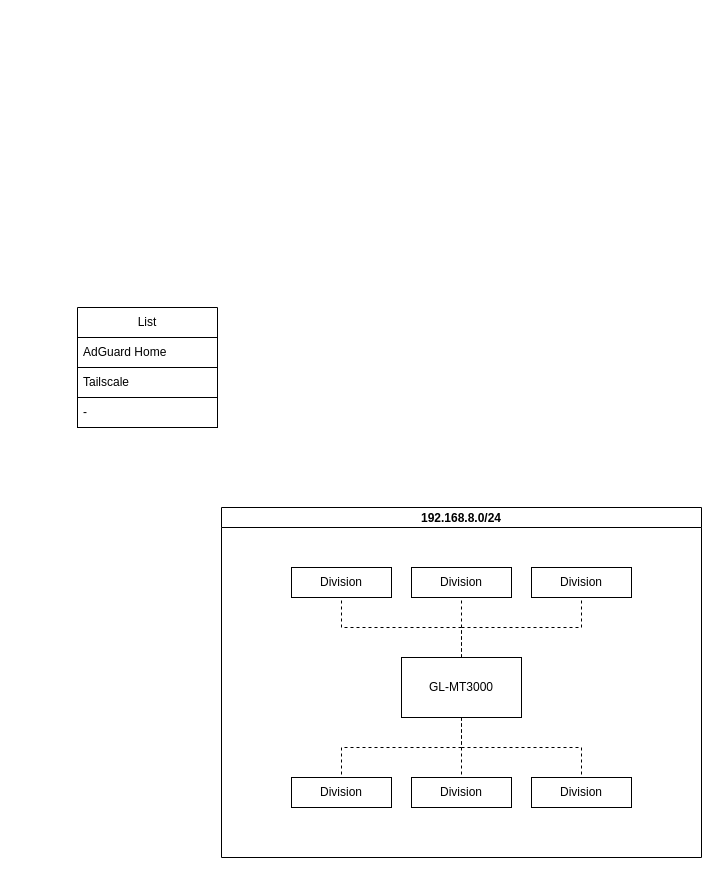
Earlier version of the draw.io diagram ネットワーク構成図/名称未設定ファイル.drawio (virtualitypage/draw.io). Source tidied: cells renumbered, new cells numbered last; positions are measured from the earlier drawing's top-left corner, leaving out a move shared by most shapes. Both pictures are drawn from the tidied source at 100%, with x=0, y=0 at pixel (77, 307).
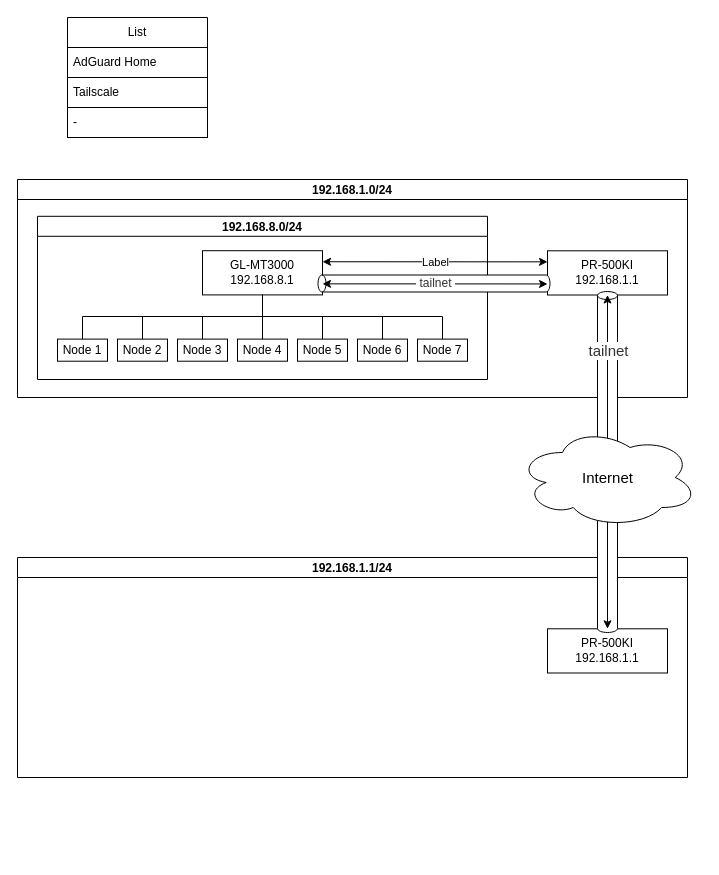
Above is the later version.

Commit message:
名称未設定ファイル.drawio を更新

Diff of the diagram source:
```diff
@@
+    <mxCell id="17" value="List" style="swimlane;fontStyle=0;horizontal=1;startSize=30;whiteSpace=wrap;html=1;swimlaneFillColor=none;fillColor=#FFFFFF;" parent="1" vertex="1">
+      <mxGeometry x="-10" y="-290" width="140" height="120" as="geometry" />
+    </mxCell>
+    <mxCell id="18" value="AdGuard Home" style="text;strokeColor=default;fillColor=default;align=left;verticalAlign=middle;spacingLeft=4;spacingRight=4;overflow=hidden;whiteSpace=wrap;html=1;" parent="17" vertex="1">
+      <mxGeometry y="30" width="140" height="30" as="geometry" />
+    </mxCell>
+    <mxCell id="19" value="Tailscale" style="text;strokeColor=default;fillColor=default;align=left;verticalAlign=middle;spacingLeft=4;spacingRight=4;overflow=hidden;whiteSpace=wrap;html=1;" parent="17" vertex="1">
+      <mxGeometry y="60" width="140" height="30" as="geometry" />
+    </mxCell>
+    <mxCell id="20" value="-" style="text;strokeColor=default;fillColor=default;align=left;verticalAlign=middle;spacingLeft=4;spacingRight=4;overflow=hidden;whiteSpace=wrap;html=1;" parent="17" vertex="1">
+      <mxGeometry y="90" width="140" height="30" as="geometry" />
+    </mxCell>
+    <mxCell id="21" value="192.168.1.1/24" style="swimlane;startSize=20;horizontal=1;containerType=tree;newEdgeStyle={&quot;edgeStyle&quot;:&quot;elbowEdgeStyle&quot;,&quot;startArrow&quot;:&quot;none&quot;,&quot;endArrow&quot;:&quot;none&quot;};fillColor=default;fillStyle=auto;" parent="1" vertex="1">
+      <mxGeometry x="-60" y="250" width="670" height="220" as="geometry" />
+    </mxCell>
+    <mxCell id="22" value="PR-500KI&lt;div&gt;192.168.1.1&lt;/div&gt;" style="whiteSpace=wrap;html=1;align=center;newEdgeStyle={&quot;edgeStyle&quot;:&quot;elbowEdgeStyle&quot;,&quot;startArrow&quot;:&quot;none&quot;,&quot;endArrow&quot;:&quot;none&quot;};verticalAlign=middle;" parent="21" vertex="1">
+      <mxGeometry x="530" y="71.3" width="120" height="44.2" as="geometry" />
+    </mxCell>
     <mxCell id="2" value="192.168.8.0/24" style="swimlane;startSize=20;horizontal=1;containerType=tree;newEdgeStyle={&quot;edgeStyle&quot;:&quot;elbowEdgeStyle&quot;,&quot;startArrow&quot;:&quot;none&quot;,&quot;endArrow&quot;:&quot;none&quot;};fillColor=default;fillStyle=auto;" parent="1" vertex="1">
-      <mxGeometry x="144" y="200" width="480" height="350" as="geometry" />
+      <mxGeometry x="-40" y="-91.2" width="450" height="163.2" as="geometry" />
     </mxCell>
-    <mxCell id="3" style="edgeStyle=elbowEdgeStyle;elbow=vertical;sourcePerimeterSpacing=0;targetPerimeterSpacing=0;startArrow=none;endArrow=none;rounded=0;curved=0;dashed=1;" parent="2" edge="1" source="5" target="15">
+    <mxCell id="3" style="edgeStyle=elbowEdgeStyle;elbow=vertical;sourcePerimeterSpacing=0;targetPerimeterSpacing=0;startArrow=none;endArrow=none;rounded=0;curved=0;" parent="2" edge="1" source="5" target="15">
       <mxGeometry relative="1" as="geometry" />
     </mxCell>
-    <mxCell id="4" style="edgeStyle=elbowEdgeStyle;elbow=vertical;sourcePerimeterSpacing=0;targetPerimeterSpacing=0;startArrow=none;endArrow=none;rounded=0;curved=0;dashed=1;" parent="2" edge="1" source="5" target="9">
-      <mxGeometry relative="1" as="geometry" />
-    </mxCell>
-    <mxCell id="5" value="GL-MT3000" style="whiteSpace=wrap;html=1;align=center;newEdgeStyle={&quot;edgeStyle&quot;:&quot;elbowEdgeStyle&quot;,&quot;startArrow&quot;:&quot;none&quot;,&quot;endArrow&quot;:&quot;none&quot;};" parent="2" vertex="1">
-      <mxGeometry x="180" y="150" width="120" height="60" as="geometry" />
+    <mxCell id="5" value="GL-MT3000&lt;div&gt;192.168.8.1&lt;/div&gt;" style="whiteSpace=wrap;html=1;align=center;newEdgeStyle={&quot;edgeStyle&quot;:&quot;elbowEdgeStyle&quot;,&quot;startArrow&quot;:&quot;none&quot;,&quot;endArrow&quot;:&quot;none&quot;};verticalAlign=middle;" parent="2" vertex="1">
+      <mxGeometry x="165" y="34.4" width="120" height="44.2" as="geometry" />
     </mxCell>
-    <mxCell id="6" value="Division" style="whiteSpace=wrap;html=1;align=center;verticalAlign=middle;newEdgeStyle={&quot;edgeStyle&quot;:&quot;elbowEdgeStyle&quot;,&quot;startArrow&quot;:&quot;none&quot;,&quot;endArrow&quot;:&quot;none&quot;};" parent="2" vertex="1">
-      <mxGeometry x="70" y="60" width="100" height="30" as="geometry" />
+    <mxCell id="6" value="Node 4" style="whiteSpace=wrap;html=1;align=center;verticalAlign=middle;newEdgeStyle={&quot;edgeStyle&quot;:&quot;elbowEdgeStyle&quot;,&quot;startArrow&quot;:&quot;none&quot;,&quot;endArrow&quot;:&quot;none&quot;};" parent="2" vertex="1">
+      <mxGeometry x="200" y="122.8" width="50" height="22.1" as="geometry" />
     </mxCell>
-    <mxCell id="7" value="Division" style="whiteSpace=wrap;html=1;align=center;verticalAlign=middle;newEdgeStyle={&quot;edgeStyle&quot;:&quot;elbowEdgeStyle&quot;,&quot;startArrow&quot;:&quot;none&quot;,&quot;endArrow&quot;:&quot;none&quot;};" parent="2" vertex="1">
-      <mxGeometry x="310" y="60" width="100" height="30" as="geometry" />
+    <mxCell id="7" value="Node 6" style="whiteSpace=wrap;html=1;align=center;verticalAlign=middle;newEdgeStyle={&quot;edgeStyle&quot;:&quot;elbowEdgeStyle&quot;,&quot;startArrow&quot;:&quot;none&quot;,&quot;endArrow&quot;:&quot;none&quot;};" parent="2" vertex="1">
+      <mxGeometry x="320" y="122.8" width="50" height="22.1" as="geometry" />
     </mxCell>
-    <mxCell id="8" style="edgeStyle=elbowEdgeStyle;elbow=vertical;sourcePerimeterSpacing=0;targetPerimeterSpacing=0;startArrow=none;endArrow=none;rounded=0;curved=0;exitX=0.5;exitY=1;exitDx=0;exitDy=0;dashed=1;" parent="2" edge="1" source="5" target="12">
+    <mxCell id="8" style="edgeStyle=elbowEdgeStyle;elbow=vertical;sourcePerimeterSpacing=0;targetPerimeterSpacing=0;startArrow=none;endArrow=none;rounded=0;curved=0;exitX=0.5;exitY=1;exitDx=0;exitDy=0;" parent="2" edge="1" source="5" target="12">
       <mxGeometry relative="1" as="geometry" />
     </mxCell>
-    <mxCell id="9" value="Division" style="whiteSpace=wrap;html=1;align=center;verticalAlign=middle;newEdgeStyle={&quot;edgeStyle&quot;:&quot;elbowEdgeStyle&quot;,&quot;startArrow&quot;:&quot;none&quot;,&quot;endArrow&quot;:&quot;none&quot;};" parent="2" vertex="1">
-      <mxGeometry x="190" y="270" width="100" height="30" as="geometry" />
-    </mxCell>
@@
-    <mxCell id="11" style="edgeStyle=elbowEdgeStyle;elbow=vertical;sourcePerimeterSpacing=0;targetPerimeterSpacing=0;startArrow=none;endArrow=none;rounded=0;curved=0;exitX=0.5;exitY=0;exitDx=0;exitDy=0;dashed=1;" parent="2" edge="1" source="5" target="7">
+    <mxCell id="11" style="edgeStyle=elbowEdgeStyle;elbow=vertical;sourcePerimeterSpacing=0;targetPerimeterSpacing=0;startArrow=none;endArrow=none;rounded=0;curved=0;exitX=0.5;exitY=1;exitDx=0;exitDy=0;" parent="2" edge="1" source="5" target="7">
       <mxGeometry relative="1" as="geometry" />
     </mxCell>
-    <mxCell id="12" value="Division" style="whiteSpace=wrap;html=1;align=center;verticalAlign=middle;newEdgeStyle={&quot;edgeStyle&quot;:&quot;elbowEdgeStyle&quot;,&quot;startArrow&quot;:&quot;none&quot;,&quot;endArrow&quot;:&quot;none&quot;};" parent="2" vertex="1">
-      <mxGeometry x="310" y="270" width="100" height="30" as="geometry" />
+    <mxCell id="12" value="Node 3" style="whiteSpace=wrap;html=1;align=center;verticalAlign=middle;newEdgeStyle={&quot;edgeStyle&quot;:&quot;elbowEdgeStyle&quot;,&quot;startArrow&quot;:&quot;none&quot;,&quot;endArrow&quot;:&quot;none&quot;};" parent="2" vertex="1">
+      <mxGeometry x="140" y="122.8" width="50" height="22.1" as="geometry" />
     </mxCell>
-    <mxCell id="13" value="Division" style="whiteSpace=wrap;html=1;align=center;verticalAlign=middle;newEdgeStyle={&quot;edgeStyle&quot;:&quot;elbowEdgeStyle&quot;,&quot;startArrow&quot;:&quot;none&quot;,&quot;endArrow&quot;:&quot;none&quot;};" parent="2" vertex="1">
-      <mxGeometry x="190" y="60" width="100" height="30" as="geometry" />
+    <mxCell id="13" value="Node 5" style="whiteSpace=wrap;html=1;align=center;verticalAlign=middle;newEdgeStyle={&quot;edgeStyle&quot;:&quot;elbowEdgeStyle&quot;,&quot;startArrow&quot;:&quot;none&quot;,&quot;endArrow&quot;:&quot;none&quot;};" parent="2" vertex="1">
+      <mxGeometry x="260" y="122.8" width="50" height="22.1" as="geometry" />
     </mxCell>
-    <mxCell id="14" style="edgeStyle=elbowEdgeStyle;elbow=vertical;sourcePerimeterSpacing=0;targetPerimeterSpacing=0;startArrow=none;endArrow=none;rounded=0;curved=0;dashed=1;exitX=0.5;exitY=0;exitDx=0;exitDy=0;" parent="2" edge="1" source="5" target="6">
+    <mxCell id="14" style="edgeStyle=elbowEdgeStyle;elbow=vertical;sourcePerimeterSpacing=0;targetPerimeterSpacing=0;startArrow=none;endArrow=none;rounded=0;curved=0;exitX=0.5;exitY=1;exitDx=0;exitDy=0;" parent="2" edge="1" source="5" target="6">
       <mxGeometry relative="1" as="geometry" />
     </mxCell>
-    <mxCell id="15" value="Division" style="whiteSpace=wrap;html=1;align=center;verticalAlign=middle;newEdgeStyle={&quot;edgeStyle&quot;:&quot;elbowEdgeStyle&quot;,&quot;startArrow&quot;:&quot;none&quot;,&quot;endArrow&quot;:&quot;none&quot;};" parent="2" vertex="1">
-      <mxGeometry x="70" y="270" width="100" height="30" as="geometry" />
+    <mxCell id="15" value="Node 1" style="whiteSpace=wrap;html=1;align=center;verticalAlign=middle;newEdgeStyle={&quot;edgeStyle&quot;:&quot;elbowEdgeStyle&quot;,&quot;startArrow&quot;:&quot;none&quot;,&quot;endArrow&quot;:&quot;none&quot;};" parent="2" vertex="1">
+      <mxGeometry x="20" y="122.8" width="50" height="22.1" as="geometry" />
     </mxCell>
-    <mxCell id="16" style="edgeStyle=elbowEdgeStyle;elbow=vertical;sourcePerimeterSpacing=0;targetPerimeterSpacing=0;startArrow=none;endArrow=none;rounded=0;curved=0;dashed=1;exitX=0.5;exitY=0;exitDx=0;exitDy=0;" parent="2" edge="1" source="5" target="13">
+    <mxCell id="16" style="edgeStyle=elbowEdgeStyle;elbow=vertical;sourcePerimeterSpacing=0;targetPerimeterSpacing=0;startArrow=none;endArrow=none;rounded=0;curved=0;exitX=0.5;exitY=1;exitDx=0;exitDy=0;" parent="2" edge="1" source="5" target="13">
       <mxGeometry relative="1" as="geometry" />
     </mxCell>
-    <mxCell id="17" value="List" style="swimlane;fontStyle=0;horizontal=1;startSize=30;whiteSpace=wrap;html=1;swimlaneFillColor=none;fillColor=#FFFFFF;" parent="1" vertex="1">
-      <mxGeometry width="140" height="120" as="geometry" />
-    </mxCell>
-    <mxCell id="18" value="AdGuard Home" style="text;strokeColor=default;fillColor=default;align=left;verticalAlign=middle;spacingLeft=4;spacingRight=4;overflow=hidden;whiteSpace=wrap;html=1;" parent="17" vertex="1">
-      <mxGeometry y="30" width="140" height="30" as="geometry" />
-    </mxCell>
-    <mxCell id="19" value="Tailscale" style="text;strokeColor=default;fillColor=default;align=left;verticalAlign=middle;spacingLeft=4;spacingRight=4;overflow=hidden;whiteSpace=wrap;html=1;" parent="17" vertex="1">
-      <mxGeometry y="60" width="140" height="30" as="geometry" />
-    </mxCell>
-    <mxCell id="20" value="-" style="text;strokeColor=default;fillColor=default;align=left;verticalAlign=middle;spacingLeft=4;spacingRight=4;overflow=hidden;whiteSpace=wrap;html=1;" parent="17" vertex="1">
-      <mxGeometry y="90" width="140" height="30" as="geometry" />
-    </mxCell>
+    <mxCell id="23" style="edgeStyle=elbowEdgeStyle;rounded=0;orthogonalLoop=1;jettySize=auto;html=1;startArrow=none;endArrow=none;exitX=1;exitY=0.5;exitDx=0;exitDy=0;" parent="2" edge="1" source="15" target="15">
+      <mxGeometry relative="1" as="geometry" />
+    </mxCell>
+    <mxCell id="24" style="edgeStyle=elbowEdgeStyle;elbow=vertical;sourcePerimeterSpacing=0;targetPerimeterSpacing=0;startArrow=none;endArrow=none;rounded=0;curved=0;exitX=0.5;exitY=1;exitDx=0;exitDy=0;" parent="2" edge="1" source="5" target="25">
+      <mxGeometry relative="1" as="geometry" />
+    </mxCell>
+    <mxCell id="25" value="Node 7" style="whiteSpace=wrap;html=1;align=center;verticalAlign=middle;newEdgeStyle={&quot;edgeStyle&quot;:&quot;elbowEdgeStyle&quot;,&quot;startArrow&quot;:&quot;none&quot;,&quot;endArrow&quot;:&quot;none&quot;};" parent="2" vertex="1">
+      <mxGeometry x="380" y="122.8" width="50" height="22.1" as="geometry" />
+    </mxCell>
+    <mxCell id="26" style="edgeStyle=elbowEdgeStyle;rounded=0;orthogonalLoop=1;jettySize=auto;html=1;startArrow=none;endArrow=none;exitX=0.5;exitY=0;exitDx=0;exitDy=0;" parent="2" edge="1" source="25" target="25">
+      <mxGeometry relative="1" as="geometry" />
+    </mxCell>
+    <mxCell id="27" style="edgeStyle=elbowEdgeStyle;elbow=vertical;sourcePerimeterSpacing=0;targetPerimeterSpacing=0;startArrow=none;endArrow=none;rounded=0;curved=0;" parent="2" edge="1" source="5" target="28">
+      <mxGeometry relative="1" as="geometry" />
+    </mxCell>
+    <mxCell id="28" value="Node 2" style="whiteSpace=wrap;html=1;align=center;verticalAlign=middle;newEdgeStyle={&quot;edgeStyle&quot;:&quot;elbowEdgeStyle&quot;,&quot;startArrow&quot;:&quot;none&quot;,&quot;endArrow&quot;:&quot;none&quot;};" parent="2" vertex="1">
+      <mxGeometry x="80" y="122.8" width="50" height="22.1" as="geometry" />
+    </mxCell>
+    <mxCell id="29" value="192.168.1.0/24" style="swimlane;startSize=20;horizontal=1;containerType=tree;newEdgeStyle={&quot;edgeStyle&quot;:&quot;elbowEdgeStyle&quot;,&quot;startArrow&quot;:&quot;none&quot;,&quot;endArrow&quot;:&quot;none&quot;};fillColor=default;fillStyle=auto;" parent="1" vertex="1">
+      <mxGeometry x="-60" y="-128" width="670" height="218" as="geometry" />
+    </mxCell>
+    <mxCell id="30" value="PR-500KI&lt;div&gt;192.168.1.1&lt;/div&gt;" style="whiteSpace=wrap;html=1;align=center;newEdgeStyle={&quot;edgeStyle&quot;:&quot;elbowEdgeStyle&quot;,&quot;startArrow&quot;:&quot;none&quot;,&quot;endArrow&quot;:&quot;none&quot;};verticalAlign=middle;" parent="29" vertex="1">
+      <mxGeometry x="530" y="71.3" width="120" height="44.2" as="geometry" />
+    </mxCell>
+    <mxCell id="31" style="shape=cylinder3;whiteSpace=wrap;html=1;boundedLbl=1;backgroundOutline=1;size=4;strokeColor=default;align=center;verticalAlign=middle;fontFamily=Helvetica;fontSize=12;fontColor=default;fillColor=default;rotation=-90;" parent="29" vertex="1">
+      <mxGeometry x="408" y="-12" width="17" height="232" as="geometry" />
+    </mxCell>
+    <mxCell id="32" style="endArrow=classic;html=1;rounded=0;entryX=0;entryY=0.25;entryDx=0;entryDy=0;exitX=1;exitY=0.25;exitDx=0;exitDy=0;endFill=1;startArrow=classic;startFill=1;" parent="1" edge="1" source="5" target="30">
+      <mxGeometry relative="1" as="geometry" />
+    </mxCell>
+    <mxCell id="33" value="Label" style="edgeLabel;html=1;align=center;verticalAlign=middle;" parent="32" vertex="1">
+      <mxGeometry relative="1" as="geometry" />
+    </mxCell>
+    <mxCell id="34" style="endArrow=classic;html=1;rounded=0;entryX=0.5;entryY=1;entryDx=0;entryDy=0;exitX=0.5;exitY=0;exitDx=0;exitDy=0;endFill=1;startArrow=classic;startFill=1;" parent="1" edge="1" source="35" target="30">
+      <mxGeometry relative="1" as="geometry" />
+    </mxCell>
+    <mxCell id="35" style="shape=cylinder3;whiteSpace=wrap;html=1;boundedLbl=1;backgroundOutline=1;size=4;strokeColor=default;align=center;verticalAlign=middle;fontFamily=Helvetica;fontSize=12;fontColor=default;fillColor=default;" parent="1" vertex="1">
+      <mxGeometry x="520" y="-16" width="20" height="341" as="geometry" />
+    </mxCell>
+    <mxCell id="36" style="endArrow=classic;html=1;rounded=0;exitX=0.5;exitY=0;exitDx=0;exitDy=0;endFill=1;startArrow=classic;startFill=1;" parent="1" edge="1" source="22" target="30">
+      <mxGeometry relative="1" as="geometry" />
+    </mxCell>
+    <mxCell id="37" value="&lt;span style=&quot;color: rgb(51, 51, 51); text-align: left; text-wrap: wrap; font-size: 15px;&quot;&gt;&lt;font style=&quot;font-size: 15px;&quot;&gt;tailnet&lt;/font&gt;&lt;/span&gt;" style="edgeLabel;html=1;align=center;verticalAlign=middle;rotation=0;fontSize=15;" parent="36" vertex="1">
+      <mxGeometry relative="1" as="geometry">
+        <mxPoint y="-112" as="offset" />
+      </mxGeometry>
+    </mxCell>
+    <mxCell id="38" style="endArrow=classic;html=1;rounded=0;entryX=0;entryY=0.75;entryDx=0;entryDy=0;exitX=1;exitY=0.75;exitDx=0;exitDy=0;endFill=1;startArrow=classic;startFill=1;" parent="1" edge="1" source="5" target="30">
+      <mxGeometry relative="1" as="geometry" />
+    </mxCell>
+    <mxCell id="39" value="&lt;span style=&quot;color: rgb(51, 51, 51); text-align: left; text-wrap: wrap; font-size: 12px;&quot;&gt;&amp;nbsp;&lt;/span&gt;&lt;span style=&quot;color: rgb(51, 51, 51); text-align: left; text-wrap: wrap; font-size: 12px;&quot;&gt;tailnet&amp;nbsp;&lt;/span&gt;" style="edgeLabel;html=1;align=center;verticalAlign=middle;fontSize=12;" parent="38" vertex="1">
+      <mxGeometry relative="1" as="geometry">
+        <mxPoint y="-1" as="offset" />
+      </mxGeometry>
+    </mxCell>
+    <mxCell id="40" value="&lt;font style=&quot;font-size: 15px;&quot;&gt;Internet&lt;/font&gt;" style="ellipse;shape=cloud;whiteSpace=wrap;html=1;strokeColor=default;align=center;verticalAlign=middle;fontFamily=Helvetica;fontSize=12;fontColor=default;fillColor=default;" parent="1" vertex="1">
+      <mxGeometry x="439.8" y="120" width="180.5" height="100" as="geometry" />
+    </mxCell>
```
